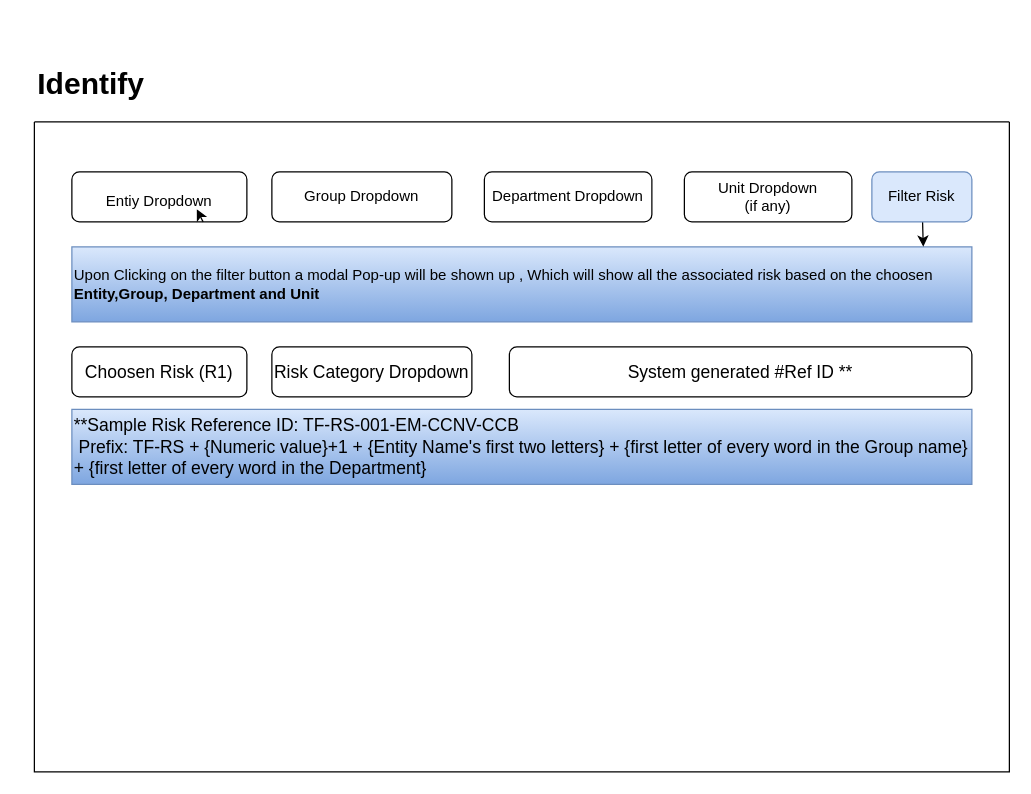
Above: page "Risk Identification Stage" (2 of 3) of screens.drawio in iRM-Somnath/GRC (draw.io), before the change. Source tidied: cells renumbered, new cells numbered last; positions are measured from the earlier drawing's top-left corner, leaving out a move shared by most shapes. Both pictures are drawn from the tidied source at 125%, with x=0, y=0 at pixel (21, 59).
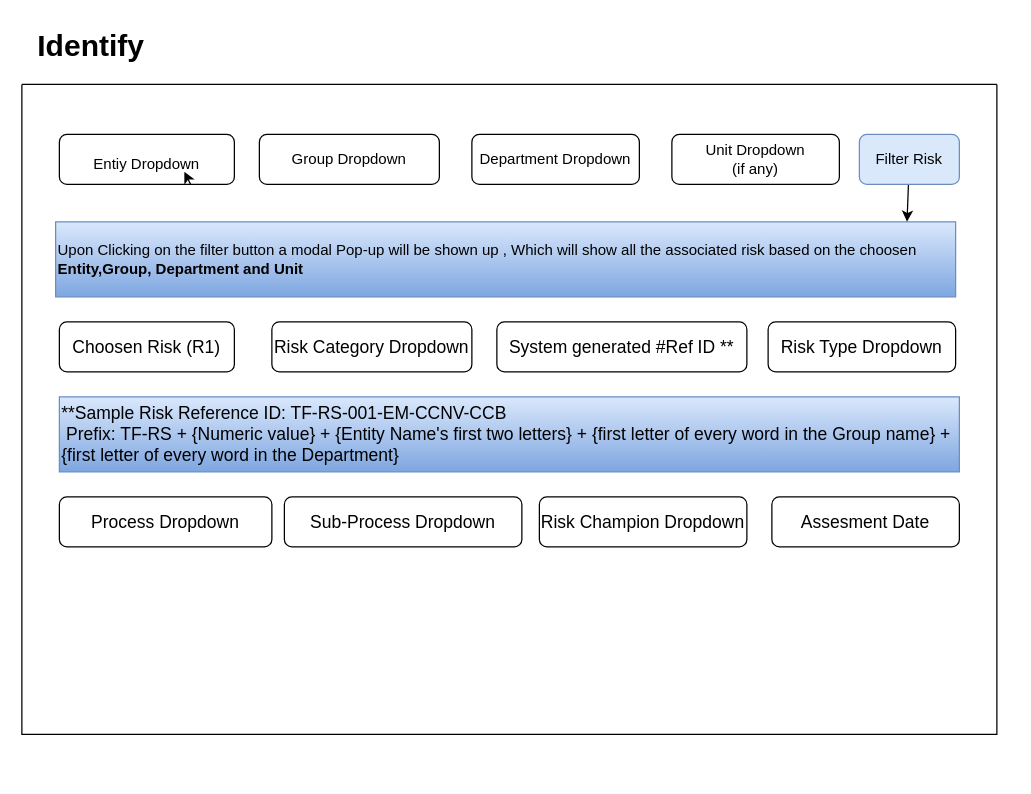
After the change.

Commit message:
Identification stage is done

The edit, as a diff of the source:
```diff
@@
-    <mxCell id="2" value="&lt;b&gt;&lt;font style=&quot;font-size: 24px;&quot;&gt;Identify&lt;/font&gt;&lt;/b&gt;" style="text;html=1;align=center;verticalAlign=middle;strokeColor=none;fillColor=none;" parent="1" vertex="1">
-      <mxGeometry width="110" height="40" as="geometry" />
-    </mxCell>
     <mxCell id="3" style="swimlane;startSize=0;fontSize=24;" parent="1" vertex="1">
-      <mxGeometry x="10" y="50" width="780" height="520" as="geometry" />
+      <mxGeometry y="20" width="780" height="520" as="geometry" />
     </mxCell>
@@
     <mxCell id="9" value="Upon Clicking on the filter button a modal Pop-up will be shown up , Which will show all the associated risk based on the choosen&amp;nbsp;&lt;br&gt;&lt;b&gt;Entity,Group, Department and Unit&lt;/b&gt;" style="rounded=0;whiteSpace=wrap;html=1;fontSize=12;fillColor=#dae8fc;gradientColor=#7ea6e0;strokeColor=#6c8ebf;align=left;" parent="3" vertex="1">
-      <mxGeometry x="30" y="100" width="720" height="60" as="geometry" />
+      <mxGeometry x="27" y="110" width="720" height="60" as="geometry" />
     </mxCell>
@@
     <mxCell id="12" value="Choosen Risk (R1)" style="rounded=1;whiteSpace=wrap;html=1;fontSize=14;" parent="3" vertex="1">
-      <mxGeometry x="30" y="180" width="140" height="40" as="geometry" />
+      <mxGeometry x="30" y="190" width="140" height="40" as="geometry" />
     </mxCell>
     <mxCell id="13" value="Risk Category Dropdown" style="rounded=1;whiteSpace=wrap;html=1;fontSize=14;" parent="3" vertex="1">
-      <mxGeometry x="190" y="180" width="160" height="40" as="geometry" />
+      <mxGeometry x="200" y="190" width="160" height="40" as="geometry" />
     </mxCell>
     <mxCell id="14" value="System generated #Ref ID **" style="rounded=1;whiteSpace=wrap;html=1;fontSize=14;" parent="3" vertex="1">
-      <mxGeometry x="380" y="180" width="370" height="40" as="geometry" />
+      <mxGeometry x="380" y="190" width="200" height="40" as="geometry" />
     </mxCell>
-    <mxCell id="15" value="**Sample Risk Reference ID: TF-RS-001-EM-CCNV-CCB&lt;br&gt;&amp;nbsp;Prefix: TF-RS + {Numeric value}+1 + {Entity Name's first two letters} + {first letter of every word in the Group name} + {first letter of every word in the Department}" style="rounded=0;whiteSpace=wrap;html=1;fontSize=14;fillColor=#dae8fc;gradientColor=#7ea6e0;strokeColor=#6c8ebf;align=left;" parent="3" vertex="1">
-      <mxGeometry x="30" y="230" width="720" height="60" as="geometry" />
+    <mxCell id="15" value="**Sample Risk Reference ID: TF-RS-001-EM-CCNV-CCB&lt;br&gt;&amp;nbsp;Prefix: TF-RS + {Numeric value} + {Entity Name's first two letters} + {first letter of every word in the Group name} + {first letter of every word in the Department}" style="rounded=0;whiteSpace=wrap;html=1;fontSize=14;fillColor=#dae8fc;gradientColor=#7ea6e0;strokeColor=#6c8ebf;align=left;" parent="3" vertex="1">
+      <mxGeometry x="30" y="250" width="720" height="60" as="geometry" />
     </mxCell>
+    <mxCell id="16" value="Risk Type Dropdown" style="rounded=1;whiteSpace=wrap;html=1;fontSize=14;" parent="3" vertex="1">
+      <mxGeometry x="597" y="190" width="150" height="40" as="geometry" />
+    </mxCell>
+    <mxCell id="17" value="Sub-Process Dropdown" style="rounded=1;whiteSpace=wrap;html=1;fontSize=14;" parent="3" vertex="1">
+      <mxGeometry x="210" y="330" width="190" height="40" as="geometry" />
+    </mxCell>
+    <mxCell id="18" value="Process Dropdown" style="rounded=1;whiteSpace=wrap;html=1;fontSize=14;" parent="3" vertex="1">
+      <mxGeometry x="30" y="330" width="170" height="40" as="geometry" />
+    </mxCell>
+    <mxCell id="19" value="Risk Champion Dropdown" style="rounded=1;whiteSpace=wrap;html=1;fontSize=14;" parent="3" vertex="1">
+      <mxGeometry x="414" y="330" width="166" height="40" as="geometry" />
+    </mxCell>
+    <mxCell id="20" value="Assesment Date" style="rounded=1;whiteSpace=wrap;html=1;fontSize=14;" parent="3" vertex="1">
+      <mxGeometry x="600" y="330" width="150" height="40" as="geometry" />
+    </mxCell>
+    <mxCell id="2" value="&lt;b&gt;&lt;font style=&quot;font-size: 24px;&quot;&gt;Identify&lt;/font&gt;&lt;/b&gt;" style="text;html=1;align=center;verticalAlign=middle;strokeColor=none;fillColor=none;" parent="1" vertex="1">
+      <mxGeometry y="-30" width="110" height="40" as="geometry" />
+    </mxCell>
```
